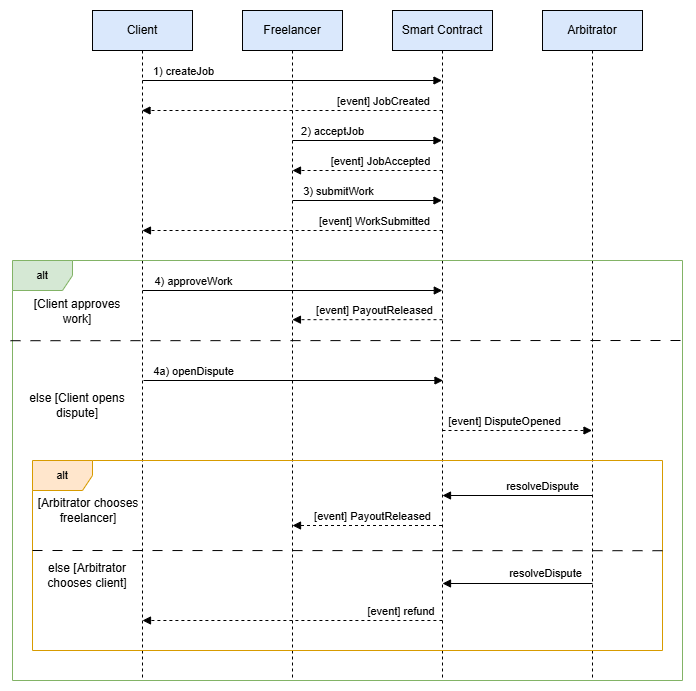
Before: freelance-escrow-dapp/images/Sequence_diagram_Verslo_Modelio_ETH.drawio.png, a diagram exported from draw.io (povilasjurgulis/Block_Chain_4_laboratorinis). Source tidied: cells renumbered, new cells last; positions are measured from the earlier drawing's top-left corner, leaving out a move shared by most shapes.
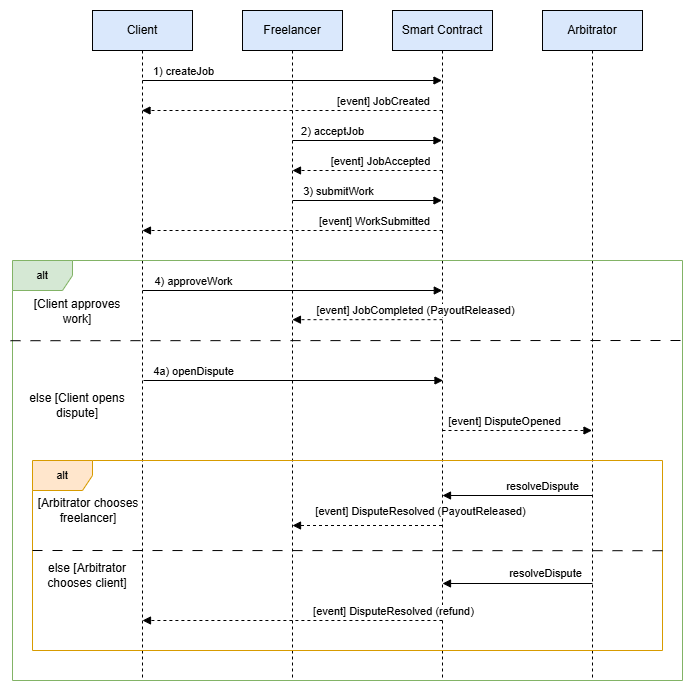
Later version of the same file.

Commit message:
biški pakoregavau sekos diagramą

Change to the diagram source:
```diff
@@ -83,9 +83,9 @@
         <mxPoint x="281.9" y="309.2" as="targetPoint" />
       </mxGeometry>
     </mxCell>
-    <mxCell id="19" value="[event] PayoutReleased" style="edgeLabel;html=1;align=center;verticalAlign=middle;" parent="18" vertex="1">
+    <mxCell id="19" value="[event] JobCompleted (PayoutReleased)" style="edgeLabel;html=1;align=center;verticalAlign=middle;" parent="18" vertex="1">
       <mxGeometry x="-0.39" y="1" relative="1" as="geometry">
-        <mxPoint x="-23" y="-11" as="offset" />
+        <mxPoint x="18" y="-11" as="offset" />
       </mxGeometry>
     </mxCell>
     <mxCell id="20" value="&lt;font style=&quot;font-size: 11px;&quot;&gt;alt&lt;/font&gt;" style="shape=umlFrame;whiteSpace=wrap;html=1;fillColor=#d5e8d4;strokeColor=#82b366;" parent="1" vertex="1">
@@ -134,9 +134,9 @@
         <mxPoint x="282" y="515" as="targetPoint" />
       </mxGeometry>
     </mxCell>
-    <mxCell id="30" value="[event] PayoutReleased" style="edgeLabel;html=1;align=center;verticalAlign=middle;" parent="29" vertex="1">
+    <mxCell id="30" value="[event] DisputeResolved (PayoutReleased)" style="edgeLabel;html=1;align=center;verticalAlign=middle;" parent="29" vertex="1">
       <mxGeometry x="-0.14" y="-1" relative="1" as="geometry">
-        <mxPoint x="-6" y="-9" as="offset" />
+        <mxPoint x="42" y="-14" as="offset" />
       </mxGeometry>
     </mxCell>
     <mxCell id="31" style="html=1;verticalAlign=bottom;labelBackgroundColor=none;endArrow=block;endFill=1;rounded=0;dashed=1;" parent="1" edge="1">
@@ -145,9 +145,9 @@
         <mxPoint x="132" y="610" as="targetPoint" />
       </mxGeometry>
     </mxCell>
-    <mxCell id="32" value="&amp;nbsp;[event] refund" style="edgeLabel;html=1;align=center;verticalAlign=middle;" parent="31" vertex="1">
+    <mxCell id="32" value="[event] DisputeResolved (refund)" style="edgeLabel;html=1;align=center;verticalAlign=middle;" parent="31" vertex="1">
       <mxGeometry x="-0.58" relative="1" as="geometry">
-        <mxPoint x="20" y="-10" as="offset" />
+        <mxPoint x="14" y="-10" as="offset" />
       </mxGeometry>
     </mxCell>
     <mxCell id="33" style="endArrow=none;startArrow=none;endFill=0;startFill=0;endSize=8;html=1;verticalAlign=bottom;dashed=1;labelBackgroundColor=none;dashPattern=10 10;rounded=0;exitX=-0.002;exitY=0.442;exitDx=0;exitDy=0;exitPerimeter=0;" parent="1" edge="1">
```
